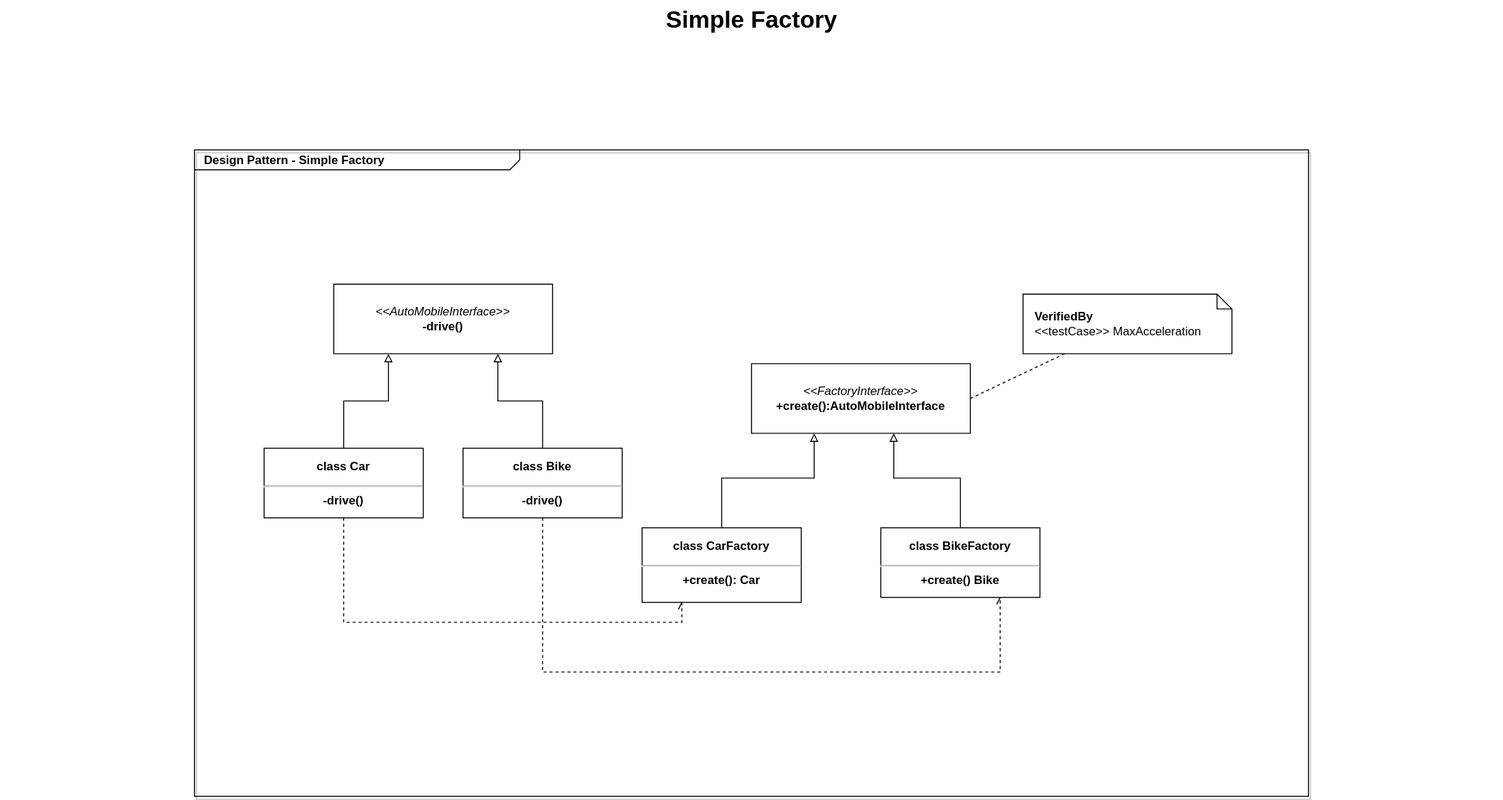
The draw.io diagram Untitled Diagram.drawio.svg in DevWL/abstract-factory, before a commit. Source tidied: cells renumbered, new cells last; positions are measured from the earlier drawing's top-left corner, leaving out a move shared by most shapes. Its diagram source:
```xml
<mxGraphModel>
  <root>
    <mxCell id="0" style="html=1;" />
    <mxCell id="1" style="html=1;" parent="0" />
    <mxCell id="2" value="&lt;p style=&quot;margin: 0px ; margin-top: 4px ; margin-left: 10px ; text-align: left&quot;&gt;&lt;b&gt;Design Pattern - Simple Factory&lt;/b&gt;&lt;/p&gt;&lt;p style=&quot;margin: 0px ; margin-top: 4px ; margin-left: 10px ; text-align: left&quot;&gt;&lt;b&gt;&lt;br&gt;&lt;/b&gt;&lt;/p&gt;" style="html=1;strokeWidth=1;shape=mxgraph.sysml.package;html=1;overflow=fill;whiteSpace=wrap;fillColor=none;gradientColor=none;fontSize=12;align=center;labelX=327.64;shadow=1;" parent="1" vertex="1">
      <mxGeometry x="195" y="150" width="1120" height="650" as="geometry" />
    </mxCell>
    <mxCell id="3" value="&lt;i style=&quot;font-weight: normal&quot;&gt;&amp;lt;&amp;lt;FactoryInterface&amp;gt;&amp;gt;&lt;/i&gt;&lt;br&gt;+create():AutoMobileInterface" style="shape=folder;tabWidth=80;tabHeight=0;tabPosition=left;strokeWidth=1;html=1;whiteSpace=wrap;align=center;fontSize=12;fontStyle=1;" parent="1" vertex="1">
      <mxGeometry x="755" y="365" width="220" height="70" as="geometry" />
    </mxCell>
    <mxCell id="4" style="edgeStyle=orthogonalEdgeStyle;rounded=0;html=1;jettySize=auto;endArrow=block;endFill=0;" parent="1" edge="1" source="5" target="3">
      <mxGeometry relative="1" as="geometry">
        <Array as="points">
          <mxPoint x="725" y="480" />
          <mxPoint x="818" y="480" />
        </Array>
      </mxGeometry>
    </mxCell>
    <mxCell id="5" value="&lt;p&gt;class CarFactory&lt;/p&gt;&lt;hr&gt;+create(): Car" style="shape=rect;html=1;overflow=fill;whiteSpace=wrap;align=center;fontStyle=1;" parent="1" vertex="1">
      <mxGeometry x="645" y="530" width="160" height="75" as="geometry" />
    </mxCell>
    <mxCell id="6" style="edgeStyle=orthogonalEdgeStyle;rounded=0;html=1;endArrow=block;endFill=0;jettySize=auto;" parent="1" edge="1" source="7" target="3">
      <mxGeometry relative="1" as="geometry">
        <Array as="points">
          <mxPoint x="965" y="480" />
          <mxPoint x="898" y="480" />
        </Array>
      </mxGeometry>
    </mxCell>
    <mxCell id="7" value="&lt;p&gt;class BikeFactory&lt;/p&gt;&lt;hr&gt;+create() Bike" style="shape=rect;html=1;overflow=fill;whiteSpace=wrap;align=center;fontStyle=1;" parent="1" vertex="1">
      <mxGeometry x="885" y="530" width="160" height="70" as="geometry" />
    </mxCell>
    <mxCell id="8" style="rounded=0;html=1;endArrow=none;endFill=0;jettySize=auto;dashed=1;entryX=0;entryY=0;entryDx=220;entryDy=35;entryPerimeter=0;" parent="1" edge="1" source="9" target="3">
      <mxGeometry relative="1" as="geometry" />
    </mxCell>
    <mxCell id="9" value="&lt;b&gt;VerifiedBy&lt;/b&gt;&lt;div&gt;&amp;lt;&amp;lt;testCase&amp;gt;&amp;gt; MaxAcceleration&lt;/div&gt;" style="shape=note;size=15;align=left;spacingLeft=10;html=1;whiteSpace=wrap;strokeWidth=1;fontSize=12;" parent="1" vertex="1">
      <mxGeometry x="1028" y="295" width="210" height="60" as="geometry" />
    </mxCell>
    <mxCell id="10" value="Simple Factory" style="text;strokeColor=none;fillColor=none;html=1;fontSize=24;fontStyle=1;verticalAlign=middle;align=center;" parent="1" vertex="1">
      <mxGeometry width="1510" height="40" as="geometry" />
    </mxCell>
    <mxCell id="11" style="edgeStyle=orthogonalEdgeStyle;rounded=0;jettySize=auto;html=1;entryX=0.75;entryY=1;entryDx=0;entryDy=0;entryPerimeter=0;endArrow=block;endFill=0;" parent="1" edge="1" source="13" target="17">
      <mxGeometry relative="1" as="geometry" />
    </mxCell>
    <mxCell id="12" style="edgeStyle=orthogonalEdgeStyle;rounded=0;jettySize=auto;html=1;entryX=0.75;entryY=1;entryDx=0;entryDy=0;endArrow=openAsync;endFill=0;dashed=1;" parent="1" edge="1" source="13" target="7">
      <mxGeometry relative="1" as="geometry">
        <Array as="points">
          <mxPoint x="545" y="675" />
          <mxPoint x="1005" y="675" />
        </Array>
      </mxGeometry>
    </mxCell>
    <mxCell id="13" value="&lt;p&gt;class Bike&lt;/p&gt;&lt;hr&gt;-drive()" style="shape=rect;html=1;overflow=fill;whiteSpace=wrap;align=center;fontStyle=1;" parent="1" vertex="1">
      <mxGeometry x="465" y="450" width="160" height="70" as="geometry" />
    </mxCell>
    <mxCell id="14" style="edgeStyle=orthogonalEdgeStyle;rounded=0;jettySize=auto;html=1;entryX=0.25;entryY=1;entryDx=0;entryDy=0;entryPerimeter=0;endArrow=block;endFill=0;" parent="1" edge="1" source="16" target="17">
      <mxGeometry relative="1" as="geometry" />
    </mxCell>
    <mxCell id="15" style="edgeStyle=orthogonalEdgeStyle;rounded=0;jettySize=auto;html=1;entryX=0.25;entryY=1;entryDx=0;entryDy=0;endArrow=openAsync;endFill=0;dashed=1;" parent="1" edge="1" source="16" target="5">
      <mxGeometry relative="1" as="geometry">
        <Array as="points">
          <mxPoint x="345" y="625" />
          <mxPoint x="685" y="625" />
        </Array>
      </mxGeometry>
    </mxCell>
    <mxCell id="16" value="&lt;p&gt;class Car&lt;/p&gt;&lt;hr&gt;-drive()" style="shape=rect;html=1;overflow=fill;whiteSpace=wrap;align=center;fontStyle=1;" parent="1" vertex="1">
      <mxGeometry x="265" y="450" width="160" height="70" as="geometry" />
    </mxCell>
    <mxCell id="17" value="&lt;i style=&quot;font-weight: normal&quot;&gt;&amp;lt;&amp;lt;&lt;/i&gt;&lt;span style=&quot;font-weight: normal&quot;&gt;&lt;i&gt;AutoMobileInterface&lt;/i&gt;&lt;/span&gt;&lt;i style=&quot;font-weight: normal&quot;&gt;&amp;gt;&amp;gt;&lt;/i&gt;&lt;br&gt;-drive()" style="shape=folder;tabWidth=80;tabHeight=0;tabPosition=left;strokeWidth=1;html=1;whiteSpace=wrap;align=center;fontSize=12;fontStyle=1;" parent="1" vertex="1">
      <mxGeometry x="335" y="285" width="220" height="70" as="geometry" />
    </mxCell>
  </root>
</mxGraphModel>
```
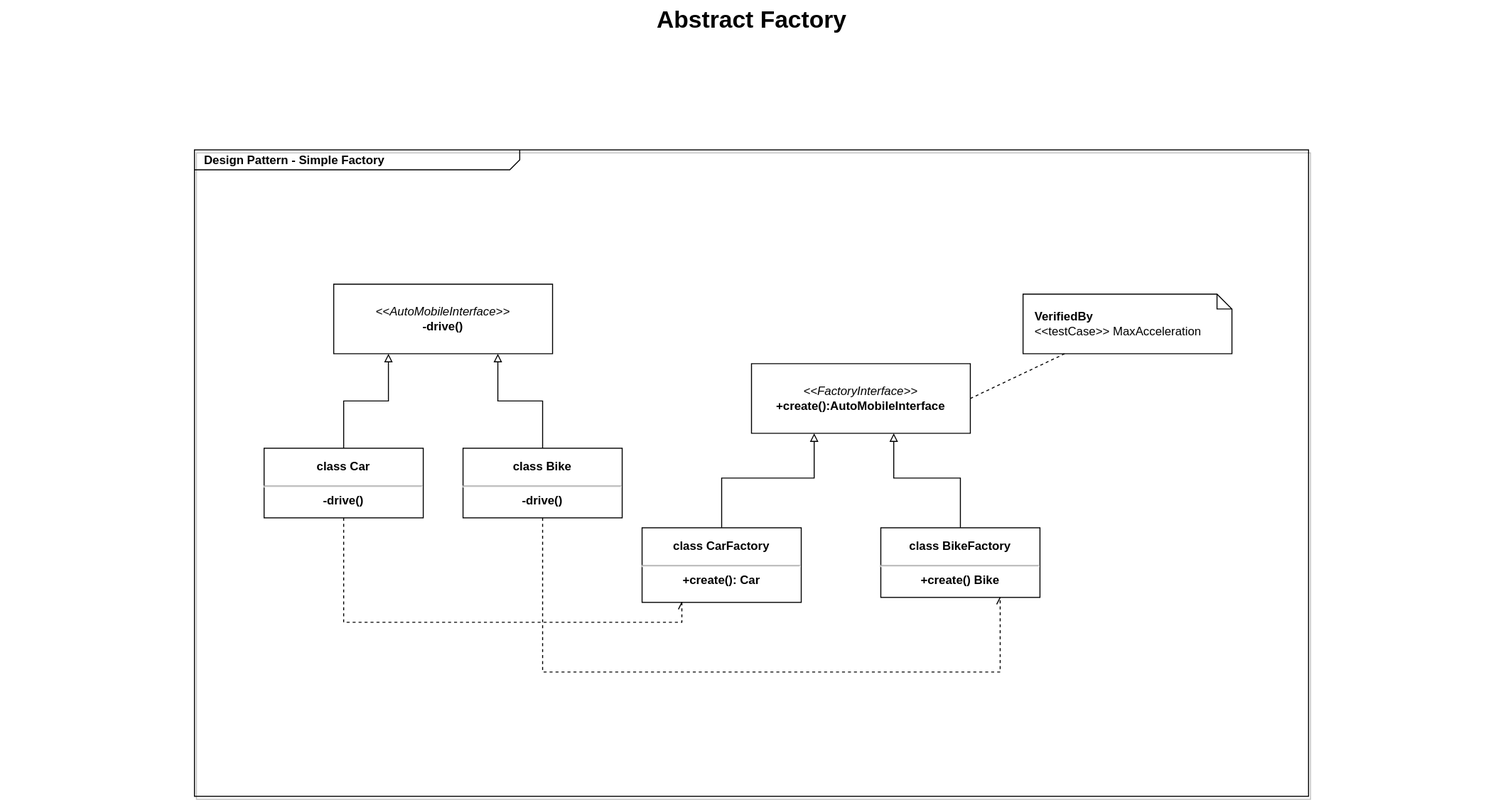
The same file after the commit.

The edit, as a diff of the source:
```diff
@@ -36,7 +36,7 @@
     <mxCell id="9" value="&lt;b&gt;VerifiedBy&lt;/b&gt;&lt;div&gt;&amp;lt;&amp;lt;testCase&amp;gt;&amp;gt; MaxAcceleration&lt;/div&gt;" style="shape=note;size=15;align=left;spacingLeft=10;html=1;whiteSpace=wrap;strokeWidth=1;fontSize=12;" parent="1" vertex="1">
       <mxGeometry x="1028" y="295" width="210" height="60" as="geometry" />
     </mxCell>
-    <mxCell id="10" value="Simple Factory" style="text;strokeColor=none;fillColor=none;html=1;fontSize=24;fontStyle=1;verticalAlign=middle;align=center;" parent="1" vertex="1">
+    <mxCell id="10" value="Abstract Factory" style="text;strokeColor=none;fillColor=none;html=1;fontSize=24;fontStyle=1;verticalAlign=middle;align=center;" parent="1" vertex="1">
       <mxGeometry width="1510" height="40" as="geometry" />
     </mxCell>
     <mxCell id="11" style="edgeStyle=orthogonalEdgeStyle;rounded=0;jettySize=auto;html=1;entryX=0.75;entryY=1;entryDx=0;entryDy=0;entryPerimeter=0;endArrow=block;endFill=0;" parent="1" edge="1" source="13" target="17">
```
